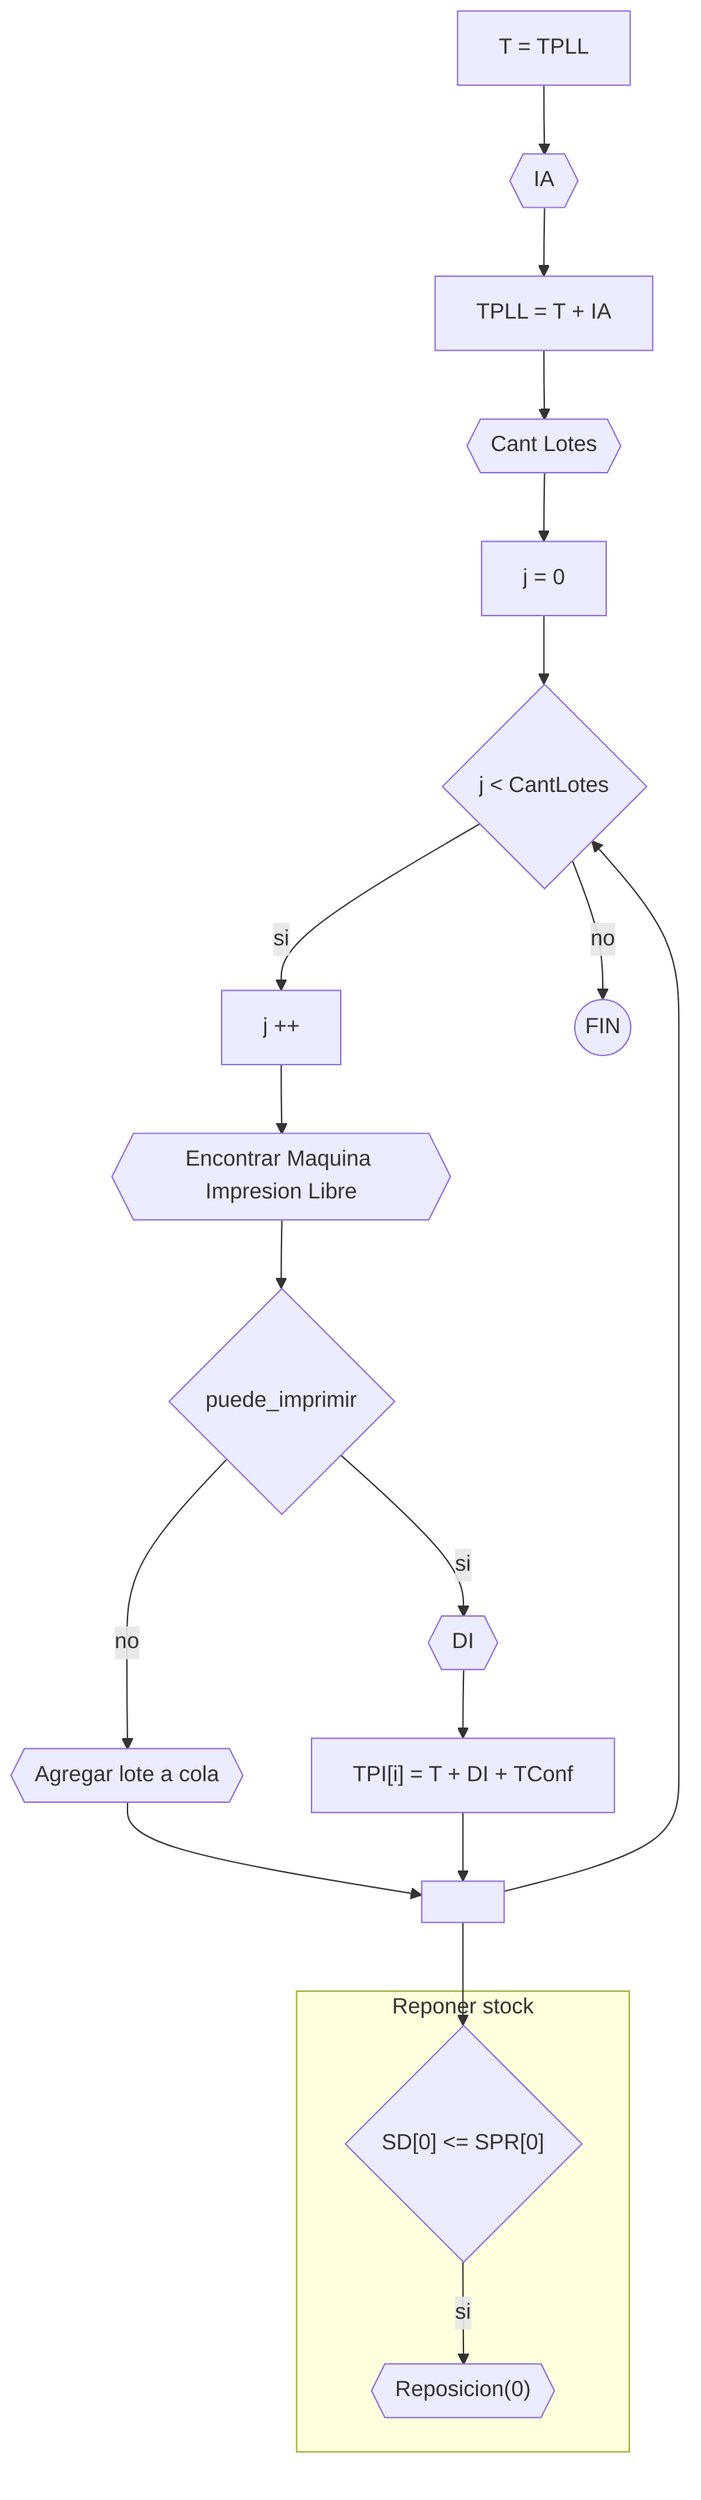
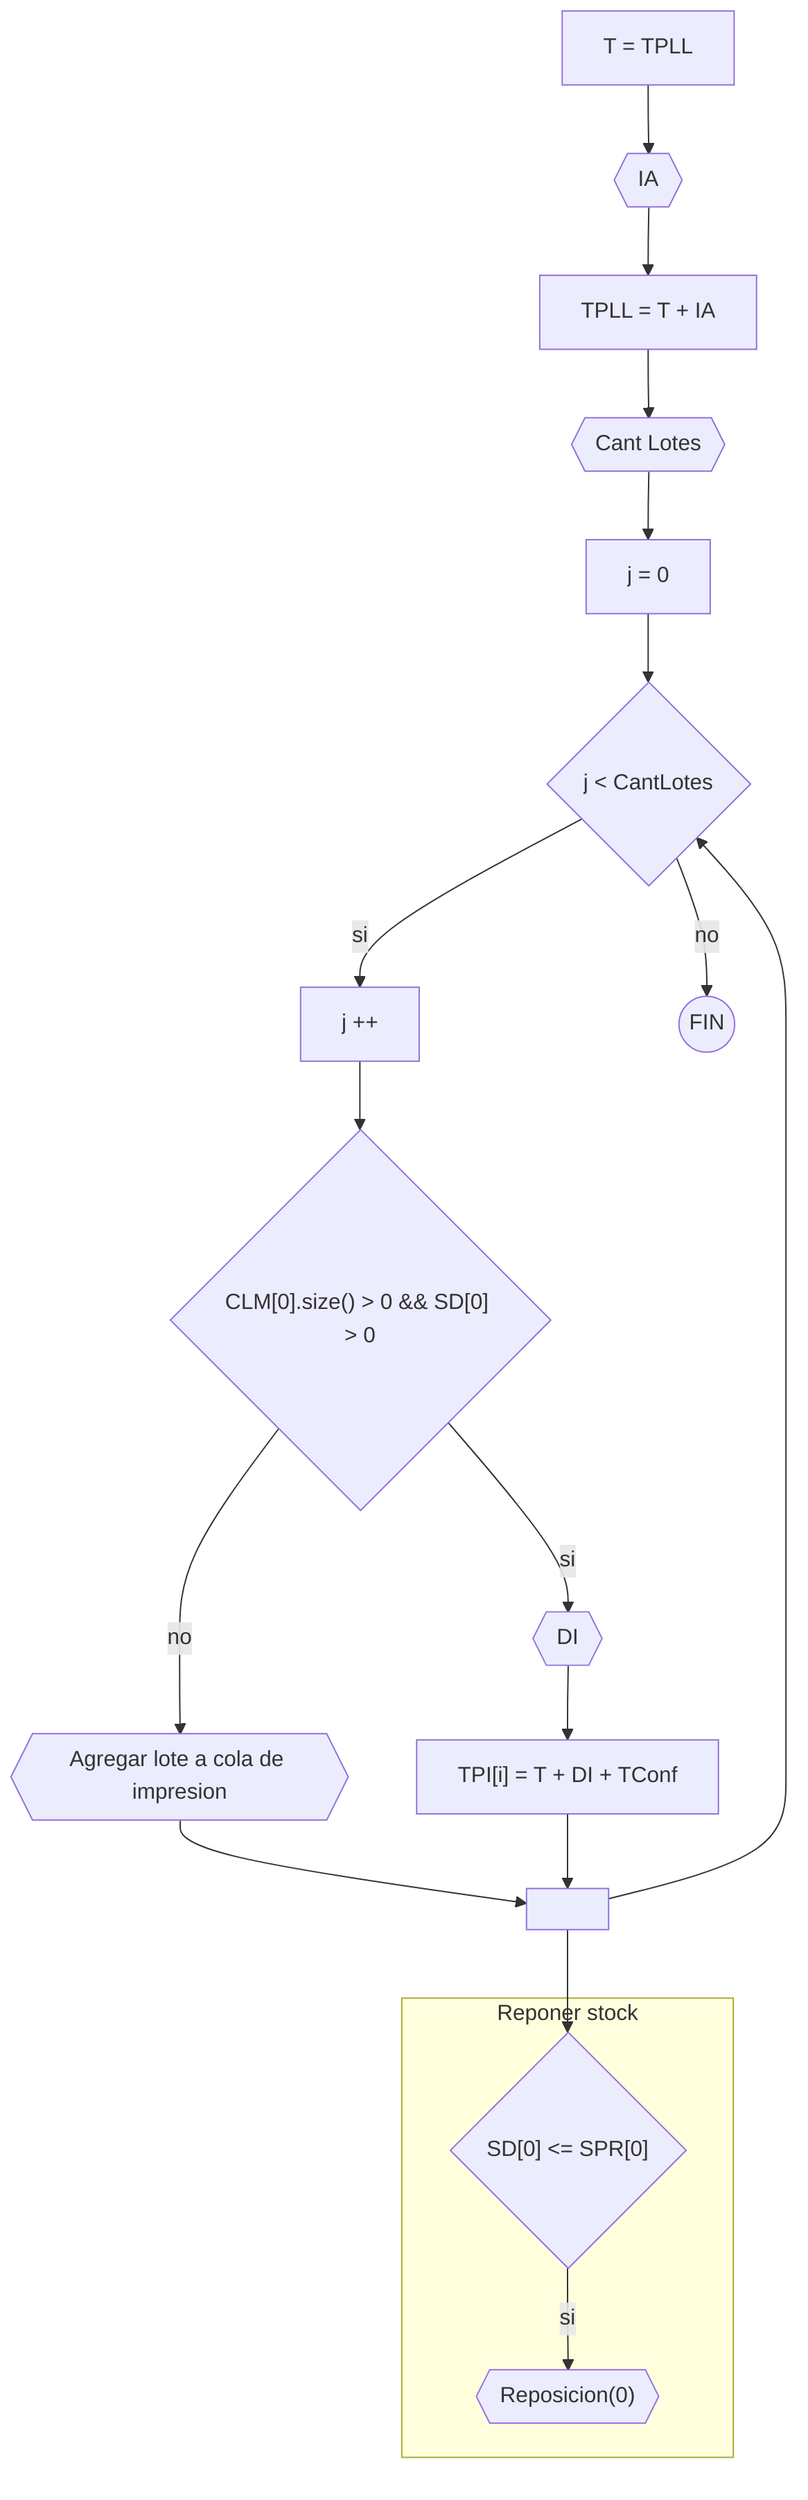
flowchart TD
    direction TD
    a[T = TPLL] --> b{{IA}} --> c[TPLL = T + IA] --> d{{Cant Lotes}}
    d{{Cant Lotes}} --> bb[j = 0]
    bb --> iff{"j < CantLotes"}
-     iff --> |si| cc[j ++] --> e{{Encontrar Maquina Impresion Libre}} --> f{puede_imprimir}
+     iff --> |si| cc[j ++] --> f{"CLM[0].size() > 0 && SD[0] > 0"}
    iff --> |no| fin((FIN))
    f --> |si| g{{DI}} --> i["TPI[i] = T + DI + TConf"]
-     f --> |no| h{{Agregar lote a cola}}
+     f --> |no| h{{Agregar lote a cola de impresion}}
    h --> j[" "]
    i --> j
    j --> iff
    j --> if3
    subgraph Reponer stock
    if3{"SD[0] <= SPR[0]"} --> |si| r{{"Reposicion(0)"}}
    end